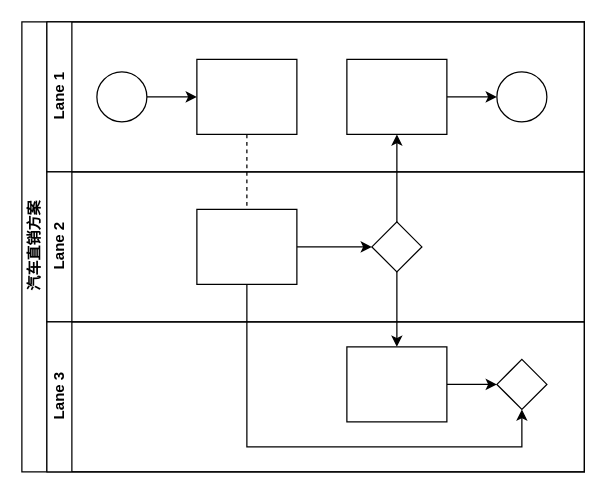
Before: page "总体方案" (1 of 3) of 汽车直销方案.drawio in linkun199011/draw-io, a draw.io diagram. Source tidied: cells renumbered, new cells numbered last; positions are measured from the earlier drawing's top-left corner, leaving out a move shared by most shapes. Both pictures are drawn from the tidied source at 125%, with x=0, y=0 at pixel (21, 21).
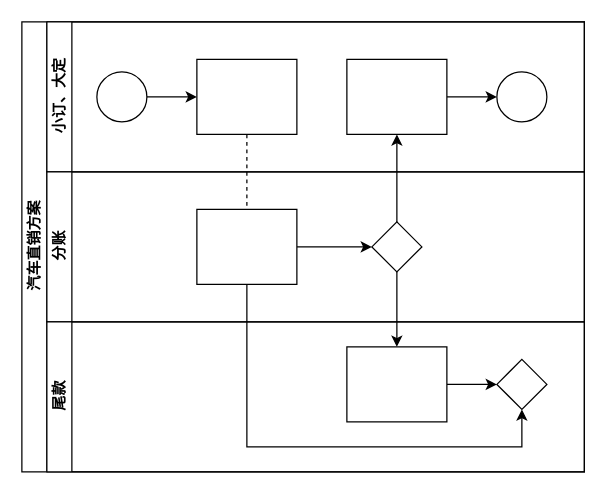
The same diagram, later.

Commit message:
更新汽车直销方案.drawio

The change refers to these unchanged cells:
```xml
<mxCell id="2" value="汽车直销方案" style="swimlane;html=1;horizontal=0;startSize=20;" parent="1" vertex="1">
  <mxGeometry width="450" height="360" as="geometry" />
</mxCell>
```

What changed in the source:
```diff
@@
-    <mxCell id="7" value="Lane 1" style="swimlane;html=1;startSize=20;horizontal=0;" parent="2" vertex="1">
+    <mxCell id="7" value="小订、大定" style="swimlane;html=1;startSize=20;horizontal=0;" parent="2" vertex="1">
       <mxGeometry x="20" width="430" height="120" as="geometry" />
     </mxCell>
@@
-    <mxCell id="14" value="Lane 2" style="swimlane;html=1;startSize=20;horizontal=0;" parent="2" vertex="1">
+    <mxCell id="14" value="分账" style="swimlane;html=1;startSize=20;horizontal=0;" parent="2" vertex="1">
       <mxGeometry x="20" y="120" width="430" height="120" as="geometry" />
     </mxCell>
@@
-    <mxCell id="18" value="Lane 3" style="swimlane;html=1;startSize=20;horizontal=0;" parent="2" vertex="1">
+    <mxCell id="18" value="尾款" style="swimlane;html=1;startSize=20;horizontal=0;" parent="2" vertex="1">
       <mxGeometry x="20" y="240" width="430" height="120" as="geometry" />
     </mxCell>
```
